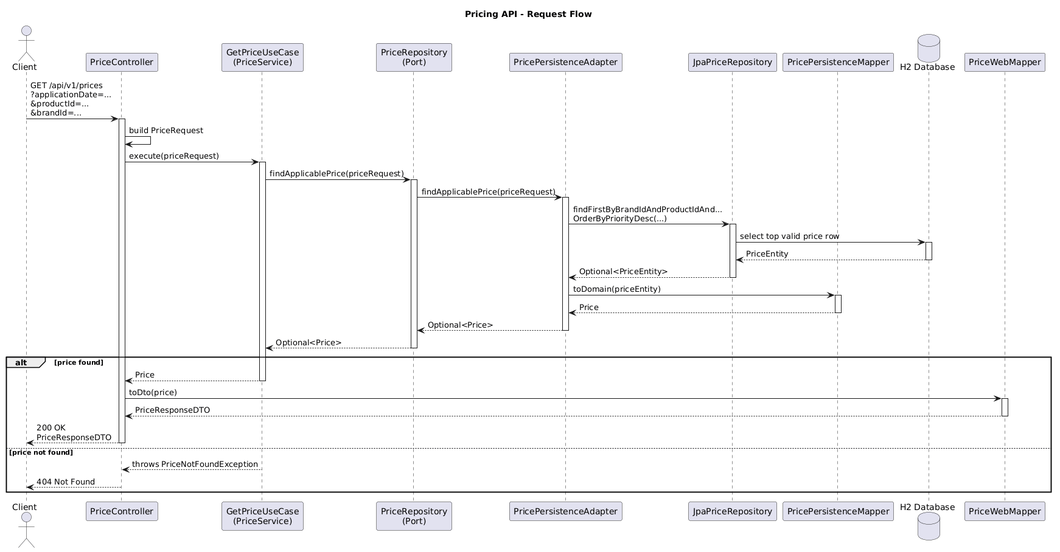
This is assets/request-flow-sequence-diagram.png from devscript94-eng/retail-pricing-app, a PlantUML export, as it was before one commit.
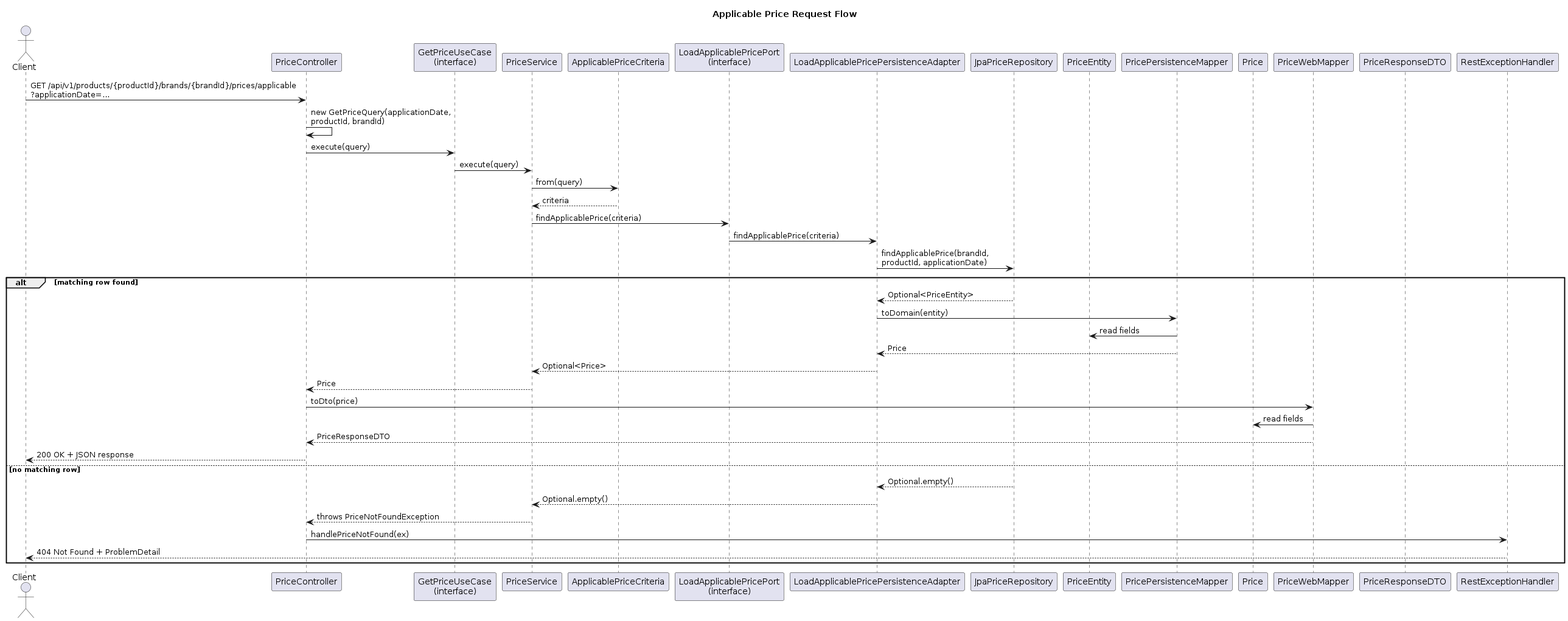
Later version of the same file.

Diff of the diagram source:
```diff
@@ -1,69 +1,49 @@
 @startuml
-title Pricing API - Request Flow
-
-skinparam shadowing false
-skinparam linetype ortho
+title Applicable Price Request Flow
 
 actor Client
 participant "PriceController" as Controller
-participant "GetPriceUseCase\n(PriceService)" as Service
-participant "PriceRepository\n(Port)" as Port
-participant "PricePersistenceAdapter" as Adapter
+participant "GetPriceUseCase\n(interface)" as InPort
+participant "PriceService" as Service
+participant "ApplicablePriceCriteria" as Criteria
+participant "LoadApplicablePricePort\n(interface)" as OutPort
+participant "LoadApplicablePricePersistenceAdapter" as PersistenceAdapter
 participant "JpaPriceRepository" as JpaRepo
+participant "PriceEntity" as Entity
 participant "PricePersistenceMapper" as PersistenceMapper
-database "H2 Database" as H2
+participant "Price" as DomainPrice
 participant "PriceWebMapper" as WebMapper
+participant "PriceResponseDTO" as ResponseDto
+participant "RestExceptionHandler" as ExceptionHandler
 
-Client -> Controller : GET /api/v1/prices\n?applicationDate=...\n&productId=...\n&brandId=...
-activate Controller
+Client -> Controller : GET /api/v1/products/{productId}/brands/{brandId}/prices/applicable\n?applicationDate=...
+Controller -> Controller : new GetPriceQuery(applicationDate,\nproductId, brandId)
+Controller -> InPort : execute(query)
+InPort -> Service : execute(query)
 
-Controller -> Controller : build PriceRequest
-Controller -> Service : execute(priceRequest)
-activate Service
+Service -> Criteria : from(query)
+Criteria --> Service : criteria
 
-Service -> Port : findApplicablePrice(priceRequest)
-activate Port
+Service -> OutPort : findApplicablePrice(criteria)
+OutPort -> PersistenceAdapter : findApplicablePrice(criteria)
+PersistenceAdapter -> JpaRepo : findApplicablePrice(brandId,\nproductId, applicationDate)
 
-Port -> Adapter : findApplicablePrice(priceRequest)
-activate Adapter
-
-Adapter -> JpaRepo : findFirstByBrandIdAndProductIdAnd...\nOrderByPriorityDesc(...)
-activate JpaRepo
-
-JpaRepo -> H2 : select top valid price row
-activate H2
-H2 --> JpaRepo : PriceEntity
-deactivate H2
-
-JpaRepo --> Adapter : Optional<PriceEntity>
-deactivate JpaRepo
-
-Adapter -> PersistenceMapper : toDomain(priceEntity)
-activate PersistenceMapper
-PersistenceMapper --> Adapter : Price
-deactivate PersistenceMapper
-
-Adapter --> Port : Optional<Price>
-deactivate Adapter
-Port --> Service : Optional<Price>
-deactivate Port
-
-alt price found
+alt matching row found
+  JpaRepo --> PersistenceAdapter : Optional<PriceEntity>
+  PersistenceAdapter -> PersistenceMapper : toDomain(entity)
+  PersistenceMapper -> Entity : read fields
+  PersistenceMapper --> PersistenceAdapter : Price
+  PersistenceAdapter --> Service : Optional<Price>
   Service --> Controller : Price
-  deactivate Service
-
   Controller -> WebMapper : toDto(price)
-  activate WebMapper
+  WebMapper -> DomainPrice : read fields
   WebMapper --> Controller : PriceResponseDTO
-  deactivate WebMapper
-
-  Controller --> Client : 200 OK\nPriceResponseDTO
-  deactivate Controller
-
-else price not found
+  Controller --> Client : 200 OK + JSON response
+else no matching row
+  JpaRepo --> PersistenceAdapter : Optional.empty()
+  PersistenceAdapter --> Service : Optional.empty()
   Service --> Controller : throws PriceNotFoundException
-  deactivate Service
-  Controller --> Client : 404 Not Found
-  deactivate Controller
+  Controller -> ExceptionHandler : handlePriceNotFound(ex)
+  ExceptionHandler --> Client : 404 Not Found + ProblemDetail
 end
 @enduml
```
